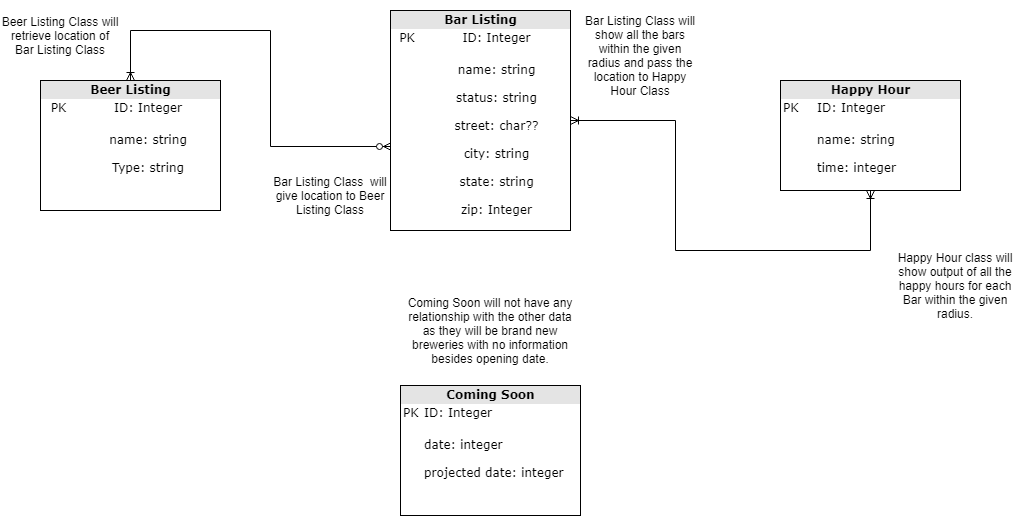
Earlier version of the draw.io export docs/ERD-1.png (anita-martin5703/qod-client). Source tidied: cells renumbered, new cells last; positions are measured from the earlier drawing's top-left corner, leaving out a move shared by most shapes.
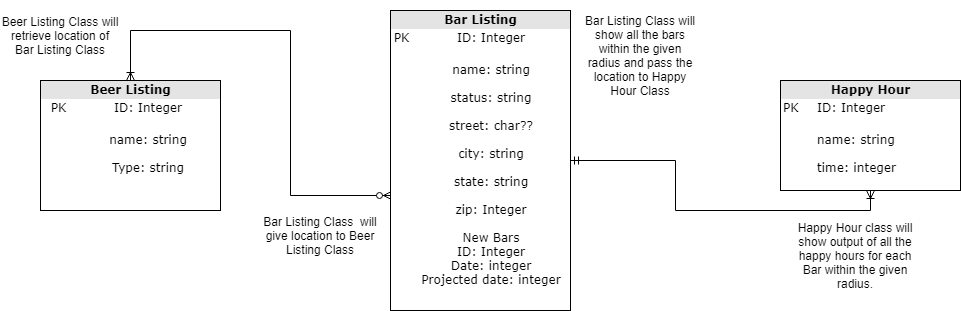
The same file after the commit.

Commit message:
Added updated ERD Diagram.

The edit, as a diff of the source:
```diff
@@ -6,37 +6,31 @@
       <mxGeometry relative="1" as="geometry">
         <Array as="points">
           <mxPoint x="130" y="30" />
-          <mxPoint x="270" y="30" />
-          <mxPoint x="270" y="146" />
+          <mxPoint x="290" y="30" />
+          <mxPoint x="290" y="195" />
         </Array>
       </mxGeometry>
     </mxCell>
     <mxCell id="3" value="&lt;div style=&quot;text-align: center ; box-sizing: border-box ; width: 100% ; background: rgb(228 , 228 , 228) ; padding: 2px&quot;&gt;&lt;b&gt;Beer Listing&lt;/b&gt;&lt;/div&gt;&lt;table style=&quot;text-align: center ; width: 100% ; font-size: 1em&quot; cellpadding=&quot;2&quot; cellspacing=&quot;0&quot;&gt;&lt;tbody&gt;&lt;tr&gt;&lt;td&gt;PK&lt;/td&gt;&lt;td&gt;ID: Integer&lt;br&gt;&lt;/td&gt;&lt;/tr&gt;&lt;tr&gt;&lt;td&gt;&lt;br&gt;&lt;/td&gt;&lt;td&gt;&lt;br&gt;name: string&lt;br&gt;&lt;br&gt;Type: string&lt;/td&gt;&lt;/tr&gt;&lt;tr&gt;&lt;td&gt;&lt;/td&gt;&lt;td&gt;&lt;br&gt;&lt;/td&gt;&lt;/tr&gt;&lt;/tbody&gt;&lt;/table&gt;" style="verticalAlign=top;align=left;overflow=fill;html=1;rounded=0;shadow=0;comic=0;labelBackgroundColor=none;strokeColor=#000000;strokeWidth=1;fillColor=#ffffff;fontFamily=Verdana;fontSize=12;fontColor=#000000;" parent="1" vertex="1">
       <mxGeometry x="40" y="80" width="180" height="130" as="geometry" />
     </mxCell>
-    <mxCell id="4" value="&lt;div style=&quot;text-align: center ; box-sizing: border-box ; width: 100% ; background: rgb(228 , 228 , 228) ; padding: 2px&quot;&gt;&lt;b&gt;Coming Soon&lt;/b&gt;&lt;/div&gt;&lt;table style=&quot;text-align: left ; width: 100% ; font-size: 1em&quot; cellpadding=&quot;2&quot; cellspacing=&quot;0&quot;&gt;&lt;tbody&gt;&lt;tr&gt;&lt;td&gt;PK&lt;/td&gt;&lt;td style=&quot;text-align: left&quot;&gt;ID: Integer&lt;/td&gt;&lt;/tr&gt;&lt;tr&gt;&lt;td style=&quot;text-align: left&quot;&gt;&lt;br&gt;&lt;/td&gt;&lt;td&gt;&lt;div style=&quot;text-align: left&quot;&gt;&lt;br&gt;&lt;/div&gt;&lt;div style=&quot;text-align: left&quot;&gt;&lt;span style=&quot;font-size: 1em&quot;&gt;date: integer&lt;/span&gt;&lt;/div&gt;&lt;div style=&quot;text-align: left&quot;&gt;&lt;br&gt;&lt;/div&gt;&lt;div style=&quot;text-align: left&quot;&gt;&lt;span style=&quot;font-size: 1em&quot;&gt;projected date: integer&lt;/span&gt;&lt;/div&gt;&lt;/td&gt;&lt;/tr&gt;&lt;/tbody&gt;&lt;/table&gt;" style="verticalAlign=top;align=left;overflow=fill;html=1;rounded=0;shadow=0;comic=0;labelBackgroundColor=none;strokeColor=#000000;strokeWidth=1;fillColor=#ffffff;fontFamily=Verdana;fontSize=12;fontColor=#000000;" parent="1" vertex="1">
-      <mxGeometry x="400" y="385" width="180" height="130" as="geometry" />
-    </mxCell>
-    <mxCell id="5" style="edgeStyle=orthogonalEdgeStyle;rounded=0;jettySize=auto;html=1;entryX=0.5;entryY=1;entryDx=0;entryDy=0;startArrow=ERoneToMany;startFill=0;endArrow=ERoneToMany;endFill=0;" parent="1" edge="1" source="6" target="7">
+    <mxCell id="5" style="edgeStyle=orthogonalEdgeStyle;rounded=0;jettySize=auto;html=1;entryX=0.5;entryY=1;entryDx=0;entryDy=0;startArrow=ERmandOne;startFill=0;endArrow=ERoneToMany;endFill=0;" parent="1" edge="1" source="6" target="7">
       <mxGeometry relative="1" as="geometry" />
     </mxCell>
-    <mxCell id="6" value="&lt;div style=&quot;text-align: center ; box-sizing: border-box ; width: 100% ; background: rgb(228 , 228 , 228) ; padding: 2px&quot;&gt;&lt;b&gt;Bar Listing&lt;/b&gt;&lt;/div&gt;&lt;table style=&quot;text-align: center ; width: 100% ; font-size: 1em&quot; cellpadding=&quot;2&quot; cellspacing=&quot;0&quot;&gt;&lt;tbody&gt;&lt;tr&gt;&lt;td&gt;PK&lt;/td&gt;&lt;td&gt;ID: Integer&lt;/td&gt;&lt;/tr&gt;&lt;tr&gt;&lt;td&gt;&lt;br&gt;&lt;/td&gt;&lt;td&gt;&lt;br&gt;name: string&lt;br&gt;&lt;br&gt;status: string&lt;br&gt;&lt;br&gt;street: char??&lt;br&gt;&lt;br&gt;city: string&lt;br&gt;&lt;br&gt;state: string&lt;br&gt;&lt;br&gt;zip: Integer&lt;br&gt;&lt;br&gt;&lt;/td&gt;&lt;/tr&gt;&lt;/tbody&gt;&lt;/table&gt;" style="verticalAlign=top;align=left;overflow=fill;html=1;rounded=0;shadow=0;comic=0;labelBackgroundColor=none;strokeColor=#000000;strokeWidth=1;fillColor=#ffffff;fontFamily=Verdana;fontSize=12;fontColor=#000000;" parent="1" vertex="1">
-      <mxGeometry x="390" y="10" width="180" height="220" as="geometry" />
+    <mxCell id="6" value="&lt;div style=&quot;text-align: center ; box-sizing: border-box ; width: 100% ; background: rgb(228 , 228 , 228) ; padding: 2px&quot;&gt;&lt;b&gt;Bar Listing&lt;/b&gt;&lt;/div&gt;&lt;table style=&quot;text-align: center ; width: 100% ; font-size: 1em&quot; cellpadding=&quot;2&quot; cellspacing=&quot;0&quot;&gt;&lt;tbody&gt;&lt;tr&gt;&lt;td&gt;PK&lt;/td&gt;&lt;td&gt;ID: Integer&lt;/td&gt;&lt;/tr&gt;&lt;tr&gt;&lt;td&gt;&lt;br&gt;&lt;/td&gt;&lt;td&gt;&lt;br&gt;name: string&lt;br&gt;&lt;br&gt;status: string&lt;br&gt;&lt;br&gt;street: char??&lt;br&gt;&lt;br&gt;city: string&lt;br&gt;&lt;br&gt;state: string&lt;br&gt;&lt;br&gt;zip: Integer&lt;br&gt;&lt;br&gt;New Bars&lt;br&gt;ID: Integer&lt;br&gt;Date: integer&lt;br&gt;Projected date: integer&lt;br&gt;&lt;br&gt;&lt;/td&gt;&lt;/tr&gt;&lt;/tbody&gt;&lt;/table&gt;" style="verticalAlign=top;align=left;overflow=fill;html=1;rounded=0;shadow=0;comic=0;labelBackgroundColor=none;strokeColor=#000000;strokeWidth=1;fillColor=#ffffff;fontFamily=Verdana;fontSize=12;fontColor=#000000;" parent="1" vertex="1">
+      <mxGeometry x="390" y="10" width="180" height="300" as="geometry" />
     </mxCell>
     <mxCell id="7" value="&lt;div style=&quot;text-align: center ; box-sizing: border-box ; width: 100% ; background: rgb(228 , 228 , 228) ; padding: 2px&quot;&gt;&lt;b&gt;Happy Hour&lt;/b&gt;&lt;/div&gt;&lt;table style=&quot;width: 100% ; font-size: 1em&quot; cellpadding=&quot;2&quot; cellspacing=&quot;0&quot;&gt;&lt;tbody&gt;&lt;tr&gt;&lt;td&gt;PK&lt;/td&gt;&lt;td&gt;ID: Integer&lt;/td&gt;&lt;/tr&gt;&lt;tr&gt;&lt;td&gt;&lt;br&gt;&lt;/td&gt;&lt;td&gt;&lt;br&gt;name: string&lt;br&gt;&lt;br&gt;time: integer&lt;/td&gt;&lt;/tr&gt;&lt;tr&gt;&lt;td&gt;&lt;/td&gt;&lt;td&gt;&lt;/td&gt;&lt;/tr&gt;&lt;/tbody&gt;&lt;/table&gt;&lt;br&gt;" style="verticalAlign=top;align=left;overflow=fill;html=1;rounded=0;shadow=0;comic=0;labelBackgroundColor=none;strokeColor=#000000;strokeWidth=1;fillColor=#ffffff;fontFamily=Verdana;fontSize=12;fontColor=#000000;" parent="1" vertex="1">
       <mxGeometry x="780" y="80" width="180" height="110" as="geometry" />
     </mxCell>
-    <mxCell id="8" value="Coming Soon will not have any relationship&amp;nbsp;with the other data as they will be brand new breweries with no information besides opening date." style="text;html=1;strokeColor=none;fillColor=none;align=center;verticalAlign=middle;whiteSpace=wrap;rounded=0;" parent="1" vertex="1">
-      <mxGeometry x="400" y="295" width="180" height="70" as="geometry" />
-    </mxCell>
     <mxCell id="9" value="Happy Hour class will show output of all the happy hours for each Bar within the given radius.&lt;br&gt;" style="text;html=1;strokeColor=none;fillColor=none;align=center;verticalAlign=middle;whiteSpace=wrap;rounded=0;" parent="1" vertex="1">
-      <mxGeometry x="890" y="240" width="130" height="90" as="geometry" />
+      <mxGeometry x="790" y="210" width="130" height="90" as="geometry" />
     </mxCell>
     <mxCell id="10" value="Bar Listing Class will show all the bars within the given radius and pass the location to Happy Hour Class" style="text;html=1;strokeColor=none;fillColor=none;align=center;verticalAlign=middle;whiteSpace=wrap;rounded=0;" parent="1" vertex="1">
       <mxGeometry x="580" width="120" height="110" as="geometry" />
     </mxCell>
     <mxCell id="11" value="Bar Listing Class&amp;nbsp; will give location to Beer Listing Class" style="text;html=1;strokeColor=none;fillColor=none;align=center;verticalAlign=middle;whiteSpace=wrap;rounded=0;" parent="1" vertex="1">
-      <mxGeometry x="270" y="160" width="120" height="70" as="geometry" />
+      <mxGeometry x="260" y="200" width="120" height="70" as="geometry" />
     </mxCell>
     <mxCell id="12" value="Beer Listing Class will retrieve location of Bar Listing Class" style="text;html=1;strokeColor=none;fillColor=none;align=center;verticalAlign=middle;whiteSpace=wrap;rounded=0;" parent="1" vertex="1">
       <mxGeometry width="120" height="70" as="geometry" />
```
